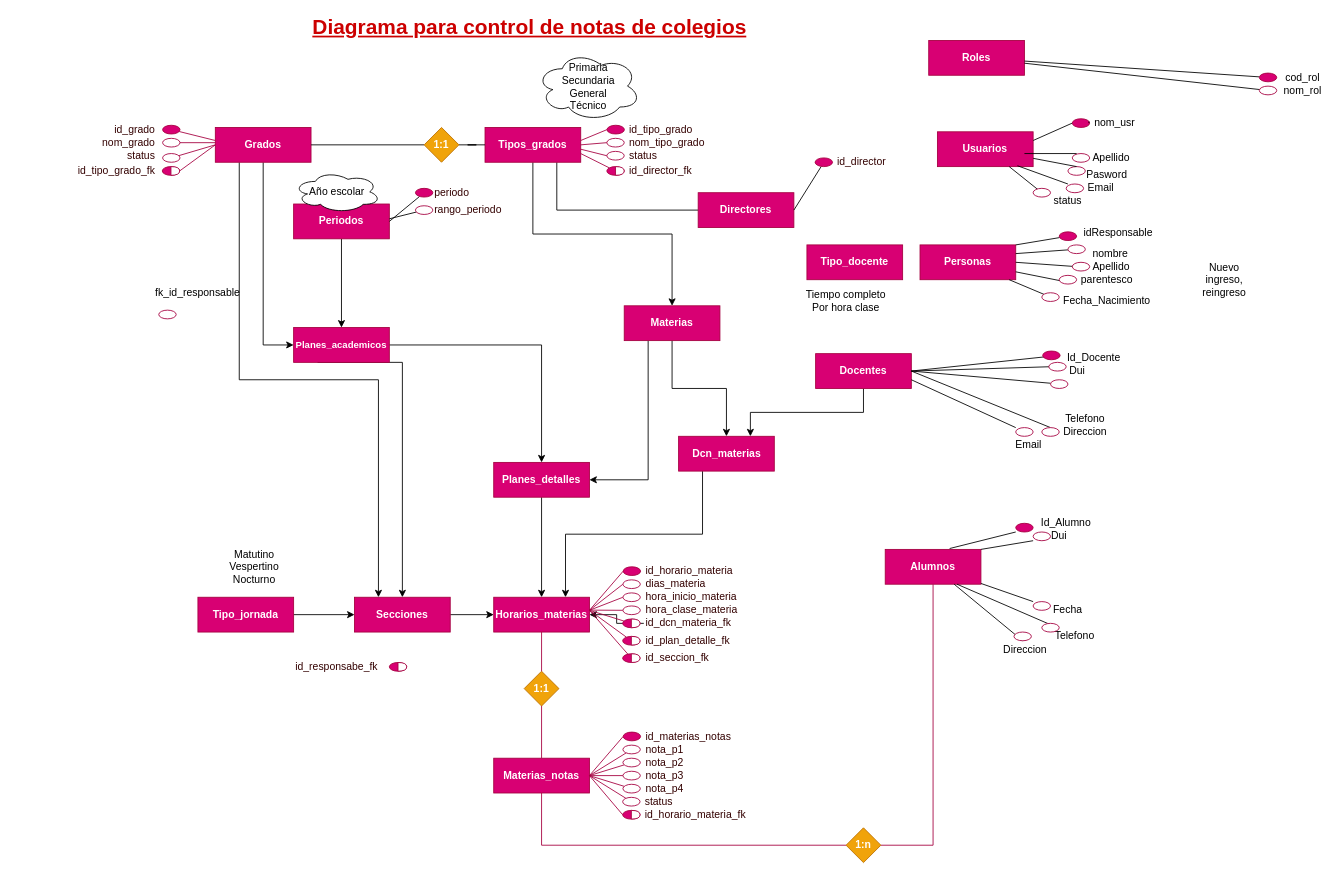
The draw.io diagram dsiw2_diagrama_notas.drawio in w-vasquez/dsiw2, before the edit. Source tidied: cells renumbered, new cells numbered last; positions are measured from the earlier drawing's top-left corner, leaving out a move shared by most shapes. Both pictures are drawn from the tidied source at 87%, with x=0, y=0 at pixel (80, 18).
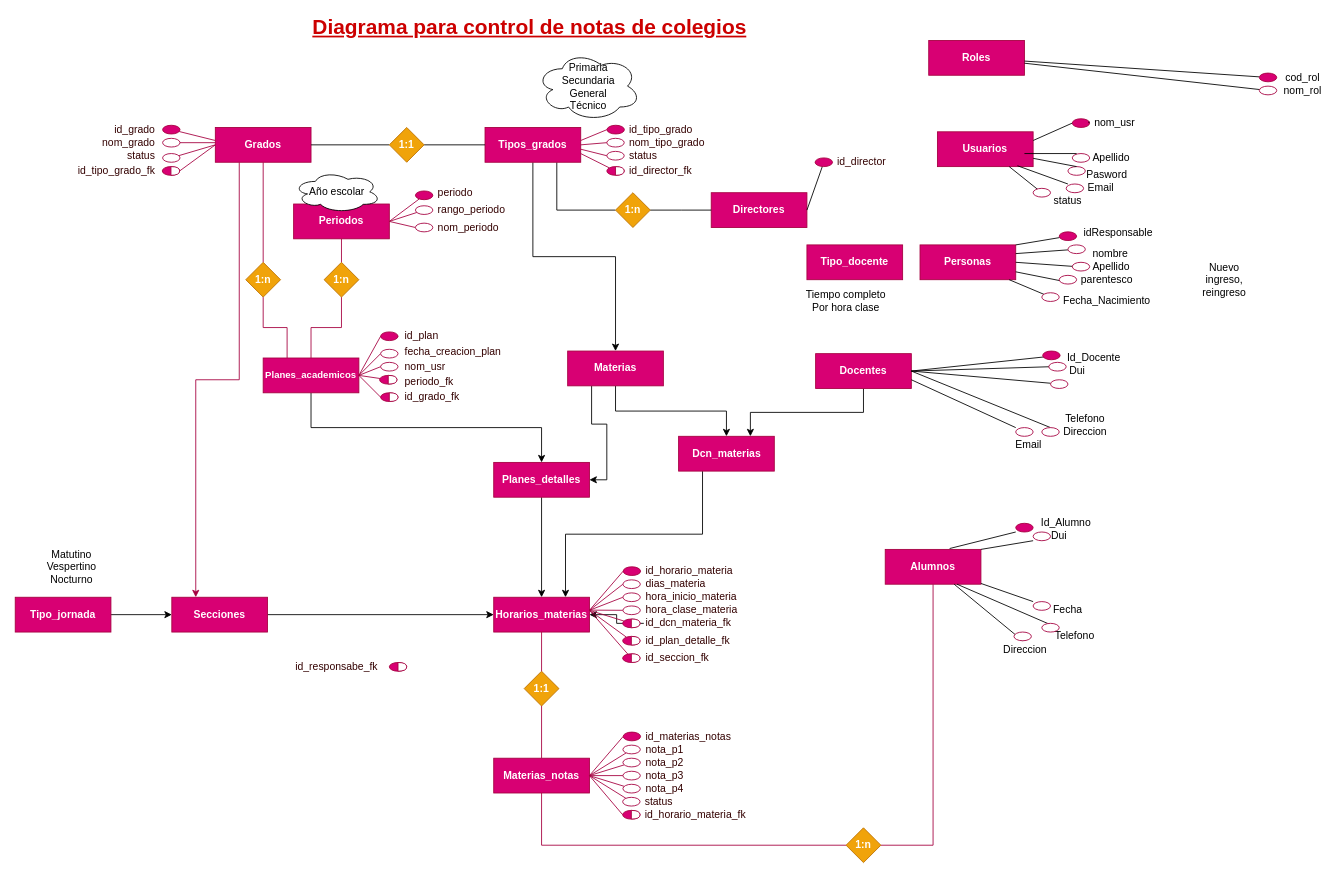
After the change.

The change refers to these unchanged cells:
```xml
<mxCell id="24" value="Periodos" style="rounded=0;whiteSpace=wrap;html=1;fillColor=#d80073;strokeColor=#A50040;fontColor=#ffffff;fontStyle=1;" parent="1" vertex="1">
  <mxGeometry x="245" y="213" width="110" height="40" as="geometry" />
</mxCell>
<mxCell id="29" value="Grados" style="rounded=0;whiteSpace=wrap;html=1;fillColor=#d80073;strokeColor=#A50040;fontColor=#ffffff;fontStyle=1;" parent="1" vertex="1">
  <mxGeometry x="155" y="125" width="110" height="40" as="geometry" />
</mxCell>
<mxCell id="31" value="Tipos_grados" style="rounded=0;whiteSpace=wrap;html=1;fillColor=#d80073;strokeColor=#A50040;fontColor=#ffffff;fontStyle=1;" parent="1" vertex="1">
  <mxGeometry x="465" y="125" width="110" height="40" as="geometry" />
</mxCell>
<mxCell id="44" value="Planes_detalles" style="rounded=0;whiteSpace=wrap;html=1;fillColor=#d80073;strokeColor=#A50040;fontColor=#ffffff;fontStyle=1;" parent="1" vertex="1">
  <mxGeometry x="475" y="510" width="110" height="40" as="geometry" />
</mxCell>
<mxCell id="218" style="ellipse;whiteSpace=wrap;html=1;strokeColor=#A50040;fontColor=#ffffff;fillColor=#FFFFFF;labelBackgroundColor=none;align=center;" parent="1" vertex="1">
  <mxGeometry x="385" y="215" width="20" height="10" as="geometry" />
</mxCell>
```

Diff of the diagram source:
```diff
@@
-    <mxCell id="14" style="edgeStyle=orthogonalEdgeStyle;rounded=0;jettySize=auto;html=1;entryX=0.75;entryY=1;entryDx=0;entryDy=0;startArrow=none;startFill=0;endArrow=none;endFill=0;fontSize=12;fontColor=#330000;" parent="1" edge="1" source="15" target="31">
+    <mxCell id="14" style="edgeStyle=orthogonalEdgeStyle;rounded=0;jettySize=auto;html=1;entryX=0.75;entryY=1;entryDx=0;entryDy=0;startArrow=none;startFill=0;endArrow=none;endFill=0;fontSize=12;fontColor=#330000;" parent="1" edge="1" source="248" target="31">
       <mxGeometry relative="1" as="geometry" />
     </mxCell>
     <mxCell id="15" value="Directores" style="rounded=0;whiteSpace=wrap;html=1;fillColor=#d80073;strokeColor=#A50040;fontColor=#ffffff;fontStyle=1;" parent="1" vertex="1">
-      <mxGeometry x="710" y="200" width="110" height="40" as="geometry" />
+      <mxGeometry x="725" y="200" width="110" height="40" as="geometry" />
     </mxCell>
@@
     <mxCell id="22" value="Materias" style="rounded=0;whiteSpace=wrap;html=1;fillColor=#d80073;strokeColor=#A50040;fontColor=#ffffff;fontStyle=1;" parent="1" vertex="1">
-      <mxGeometry x="625" y="330" width="110" height="40" as="geometry" />
+      <mxGeometry x="560" y="382" width="110" height="40" as="geometry" />
     </mxCell>
-    <mxCell id="23" style="edgeStyle=orthogonalEdgeStyle;rounded=0;jettySize=auto;html=1;exitX=0.5;exitY=1;exitDx=0;exitDy=0;entryX=0.5;entryY=0;entryDx=0;entryDy=0;fontSize=12;" parent="1" edge="1" source="24" target="42">
+    <mxCell id="23" style="edgeStyle=orthogonalEdgeStyle;rounded=0;jettySize=auto;html=1;exitX=0.5;exitY=1;exitDx=0;exitDy=0;entryX=0.5;entryY=0;entryDx=0;entryDy=0;fontSize=12;endArrow=none;endFill=0;fillColor=#d80073;strokeColor=#A50040;" parent="1" edge="1" source="24" target="224">
       <mxGeometry relative="1" as="geometry" />
     </mxCell>
+    <mxCell id="220" style="edgeStyle=none;rounded=0;jettySize=auto;html=1;entryX=0;entryY=0.5;entryDx=0;entryDy=0;startArrow=none;startFill=0;endArrow=none;endFill=0;fontSize=12;fontColor=#330000;exitX=1;exitY=0.5;exitDx=0;exitDy=0;fillColor=#d80073;strokeColor=#A50040;" parent="1" edge="1" source="24" target="221">
+      <mxGeometry relative="1" as="geometry" />
+    </mxCell>
@@
     <mxCell id="26" value="Secciones" style="rounded=0;whiteSpace=wrap;html=1;fillColor=#d80073;strokeColor=#A50040;fontColor=#ffffff;fontStyle=1;" parent="1" vertex="1">
-      <mxGeometry x="315" y="665" width="110" height="40" as="geometry" />
+      <mxGeometry x="105" y="665" width="110" height="40" as="geometry" />
     </mxCell>
-    <mxCell id="27" style="edgeStyle=orthogonalEdgeStyle;rounded=0;jettySize=auto;html=1;exitX=0.5;exitY=1;exitDx=0;exitDy=0;entryX=0;entryY=0.5;entryDx=0;entryDy=0;fontSize=12;" parent="1" edge="1" source="29" target="42">
+    <mxCell id="27" style="edgeStyle=orthogonalEdgeStyle;rounded=0;jettySize=auto;html=1;exitX=0.5;exitY=1;exitDx=0;exitDy=0;entryX=0.5;entryY=0;entryDx=0;entryDy=0;fontSize=12;endArrow=none;endFill=0;fillColor=#d80073;strokeColor=#A50040;" parent="1" edge="1" source="29" target="226">
       <mxGeometry relative="1" as="geometry" />
     </mxCell>
-    <mxCell id="28" style="edgeStyle=orthogonalEdgeStyle;rounded=0;jettySize=auto;html=1;exitX=0.25;exitY=1;exitDx=0;exitDy=0;entryX=0.25;entryY=0;entryDx=0;entryDy=0;" parent="1" edge="1" source="29" target="26">
+    <mxCell id="28" style="edgeStyle=orthogonalEdgeStyle;rounded=0;jettySize=auto;html=1;exitX=0.25;exitY=1;exitDx=0;exitDy=0;entryX=0.25;entryY=0;entryDx=0;entryDy=0;fillColor=#d80073;strokeColor=#A50040;" parent="1" edge="1" source="29" target="26">
       <mxGeometry relative="1" as="geometry" />
     </mxCell>
@@
     <mxCell id="35" value="Tipo_jornada" style="rounded=0;whiteSpace=wrap;html=1;fillColor=#d80073;strokeColor=#A50040;fontColor=#ffffff;fontStyle=1;" parent="1" vertex="1">
-      <mxGeometry x="135" y="665" width="110" height="40" as="geometry" />
+      <mxGeometry x="-75" y="665" width="110" height="40" as="geometry" />
     </mxCell>
     <mxCell id="36" value="Matutino&lt;br&gt;Vespertino&lt;br&gt;Nocturno" style="text;html=1;strokeColor=none;fillColor=none;align=center;verticalAlign=middle;whiteSpace=wrap;rounded=0;" parent="1" vertex="1">
-      <mxGeometry x="180" y="620" width="40" height="20" as="geometry" />
+      <mxGeometry x="-30" y="620" width="40" height="20" as="geometry" />
     </mxCell>
@@
-    <mxCell id="40" style="edgeStyle=orthogonalEdgeStyle;rounded=0;jettySize=auto;html=1;fontSize=12;" parent="1" edge="1" source="42" target="44">
+    <mxCell id="40" style="edgeStyle=orthogonalEdgeStyle;rounded=0;jettySize=auto;html=1;fontSize=12;exitX=0.5;exitY=1;exitDx=0;exitDy=0;" parent="1" edge="1" source="42" target="44">
       <mxGeometry relative="1" as="geometry" />
     </mxCell>
-    <mxCell id="41" style="edgeStyle=orthogonalEdgeStyle;rounded=0;jettySize=auto;html=1;exitX=0.25;exitY=1;exitDx=0;exitDy=0;entryX=0.5;entryY=0;entryDx=0;entryDy=0;" parent="1" edge="1" source="42" target="26">
-      <mxGeometry relative="1" as="geometry">
-        <Array as="points">
-          <mxPoint x="370" y="395" />
-        </Array>
-      </mxGeometry>
-    </mxCell>
     <mxCell id="42" value="Planes_academicos" style="rounded=0;whiteSpace=wrap;html=1;fillColor=#d80073;strokeColor=#A50040;fontColor=#ffffff;fontStyle=1;fontSize=11;" parent="1" vertex="1">
-      <mxGeometry x="245" y="355" width="110" height="40" as="geometry" />
+      <mxGeometry x="210" y="390" width="110" height="40" as="geometry" />
     </mxCell>
@@
-    <mxCell id="45" style="ellipse;whiteSpace=wrap;html=1;strokeColor=#A50040;fontColor=#ffffff;fillColor=#FFFFFF;" parent="1" vertex="1">
-      <mxGeometry x="90" y="335" width="20" height="10" as="geometry" />
-    </mxCell>
-    <mxCell id="46" value="fk_id_responsable" style="text;html=1;strokeColor=none;fillColor=none;align=center;verticalAlign=middle;whiteSpace=wrap;rounded=0;fontSize=12;" parent="1" vertex="1">
-      <mxGeometry x="90" y="305" width="90" height="20" as="geometry" />
-    </mxCell>
@@
     <mxCell id="182" value="1:1" style="rhombus;whiteSpace=wrap;html=1;labelBackgroundColor=none;fontSize=12;fontColor=#ffffff;align=center;fillColor=#f0a30a;strokeColor=#BD7000;fontStyle=1;" parent="1" vertex="1">
-      <mxGeometry x="395" y="125" width="40" height="40" as="geometry" />
+      <mxGeometry x="355" y="125" width="40" height="40" as="geometry" />
     </mxCell>
@@
-    <mxCell id="214" style="edgeStyle=none;rounded=0;jettySize=auto;html=1;entryX=1;entryY=0.5;entryDx=0;entryDy=0;startArrow=none;startFill=0;endArrow=none;endFill=0;fontSize=12;fontColor=#330000;" parent="1" edge="1" source="215" target="24">
+    <mxCell id="214" style="edgeStyle=none;rounded=0;jettySize=auto;html=1;entryX=1;entryY=0.5;entryDx=0;entryDy=0;startArrow=none;startFill=0;endArrow=none;endFill=0;fontSize=12;fontColor=#330000;fillColor=#d80073;strokeColor=#A50040;" parent="1" edge="1" source="215" target="24">
       <mxGeometry relative="1" as="geometry" />
     </mxCell>
     <mxCell id="215" style="ellipse;whiteSpace=wrap;html=1;strokeColor=#A50040;fontColor=#ffffff;fillColor=#d80073;labelBackgroundColor=none;align=left;verticalAlign=middle;flipV=1;flipH=1;" parent="1" vertex="1">
-      <mxGeometry x="385" y="195" width="20" height="10" as="geometry" />
+      <mxGeometry x="385" y="198" width="20" height="10" as="geometry" />
     </mxCell>
     <mxCell id="216" value="periodo" style="text;html=1;strokeColor=none;fillColor=none;align=left;verticalAlign=middle;whiteSpace=wrap;rounded=0;labelBackgroundColor=none;fontSize=12;textDirection=ltr;fontColor=#330000;" parent="1" vertex="1">
-      <mxGeometry x="405" y="190" width="87.5" height="20" as="geometry" />
+      <mxGeometry x="409" y="190" width="87.5" height="20" as="geometry" />
     </mxCell>
-    <mxCell id="217" style="edgeStyle=none;rounded=0;jettySize=auto;html=1;startArrow=none;startFill=0;endArrow=none;endFill=0;fontSize=12;fontColor=#330000;" parent="1" edge="1" source="218">
-      <mxGeometry relative="1" as="geometry">
-        <mxPoint x="355" y="230" as="targetPoint" />
-      </mxGeometry>
+    <mxCell id="217" style="edgeStyle=none;rounded=0;jettySize=auto;html=1;startArrow=none;startFill=0;endArrow=none;endFill=0;fontSize=12;fontColor=#330000;fillColor=#d80073;strokeColor=#A50040;entryX=1;entryY=0.5;entryDx=0;entryDy=0;" parent="1" edge="1" source="218" target="24">
+      <mxGeometry relative="1" as="geometry" />
     </mxCell>
@@
     <mxCell id="219" value="rango_periodo" style="text;html=1;strokeColor=none;fillColor=none;align=left;verticalAlign=middle;whiteSpace=wrap;rounded=0;labelBackgroundColor=none;fontSize=12;textDirection=ltr;fontColor=#330000;" parent="1" vertex="1">
-      <mxGeometry x="405" y="210" width="87.5" height="20" as="geometry" />
+      <mxGeometry x="409" y="210" width="87.5" height="20" as="geometry" />
     </mxCell>
+    <mxCell id="221" style="ellipse;whiteSpace=wrap;html=1;strokeColor=#A50040;fontColor=#ffffff;fillColor=#FFFFFF;labelBackgroundColor=none;align=center;" parent="1" vertex="1">
+      <mxGeometry x="385" y="235" width="20" height="10" as="geometry" />
+    </mxCell>
+    <mxCell id="222" value="nom_periodo" style="text;html=1;strokeColor=none;fillColor=none;align=left;verticalAlign=middle;whiteSpace=wrap;rounded=0;labelBackgroundColor=none;fontSize=12;textDirection=ltr;fontColor=#330000;" parent="1" vertex="1">
+      <mxGeometry x="409" y="230" width="87.5" height="20" as="geometry" />
+    </mxCell>
+    <mxCell id="223" style="edgeStyle=orthogonalEdgeStyle;rounded=0;jettySize=auto;html=1;startArrow=none;startFill=0;endArrow=none;endFill=0;fontSize=12;fontColor=#330000;exitX=0.5;exitY=1;exitDx=0;exitDy=0;fillColor=#d80073;strokeColor=#A50040;" parent="1" edge="1" source="224" target="42">
+      <mxGeometry relative="1" as="geometry" />
+    </mxCell>
+    <mxCell id="224" value="1:n" style="rhombus;whiteSpace=wrap;html=1;labelBackgroundColor=none;fontSize=12;fontColor=#ffffff;align=center;fillColor=#f0a30a;strokeColor=#BD7000;fontStyle=1;" parent="1" vertex="1">
+      <mxGeometry x="280" y="280" width="40" height="40" as="geometry" />
+    </mxCell>
+    <mxCell id="225" style="edgeStyle=orthogonalEdgeStyle;rounded=0;jettySize=auto;html=1;entryX=0.25;entryY=0;entryDx=0;entryDy=0;startArrow=none;startFill=0;endArrow=none;endFill=0;fontSize=12;fontColor=#330000;exitX=0.5;exitY=1;exitDx=0;exitDy=0;fillColor=#d80073;strokeColor=#A50040;" parent="1" edge="1" source="226" target="42">
+      <mxGeometry relative="1" as="geometry" />
+    </mxCell>
+    <mxCell id="226" value="1:n" style="rhombus;whiteSpace=wrap;html=1;labelBackgroundColor=none;fontSize=12;fontColor=#ffffff;align=center;fillColor=#f0a30a;strokeColor=#BD7000;fontStyle=1;" parent="1" vertex="1">
+      <mxGeometry x="190" y="280" width="40" height="40" as="geometry" />
+    </mxCell>
+    <mxCell id="227" style="rounded=0;jettySize=auto;html=1;entryX=1;entryY=0.5;entryDx=0;entryDy=0;startArrow=none;startFill=0;endArrow=none;endFill=0;fontSize=12;fontColor=#330000;fillColor=#d80073;strokeColor=#A50040;exitX=0;exitY=0.5;exitDx=0;exitDy=0;" parent="1" edge="1" source="228" target="42">
+      <mxGeometry relative="1" as="geometry" />
+    </mxCell>
+    <mxCell id="228" style="ellipse;whiteSpace=wrap;html=1;strokeColor=#A50040;fontColor=#ffffff;fillColor=#d80073;labelBackgroundColor=none;align=left;verticalAlign=middle;flipV=0;flipH=1;" parent="1" vertex="1">
+      <mxGeometry x="345" y="360" width="20" height="10" as="geometry" />
+    </mxCell>
+    <mxCell id="229" value="id_plan" style="text;html=1;strokeColor=none;fillColor=none;align=left;verticalAlign=middle;whiteSpace=wrap;rounded=0;labelBackgroundColor=none;fontSize=12;textDirection=ltr;fontColor=#330000;" parent="1" vertex="1">
+      <mxGeometry x="371" y="355" width="87.5" height="20" as="geometry" />
+    </mxCell>
+    <mxCell id="230" style="edgeStyle=none;rounded=0;jettySize=auto;html=1;exitX=0;exitY=0.5;exitDx=0;exitDy=0;entryX=1;entryY=0.5;entryDx=0;entryDy=0;startArrow=none;startFill=0;endArrow=none;endFill=0;fontSize=12;fontColor=#330000;fillColor=#d80073;strokeColor=#A50040;" parent="1" edge="1" source="231" target="42">
+      <mxGeometry relative="1" as="geometry" />
+    </mxCell>
+    <mxCell id="231" style="ellipse;whiteSpace=wrap;html=1;strokeColor=#A50040;fontColor=#ffffff;fillColor=#FFFFFF;labelBackgroundColor=none;align=center;flipV=0;" parent="1" vertex="1">
+      <mxGeometry x="345" y="380" width="20" height="10" as="geometry" />
+    </mxCell>
+    <mxCell id="232" value="fecha_creacion_plan" style="text;html=1;strokeColor=none;fillColor=none;align=left;verticalAlign=middle;whiteSpace=wrap;rounded=0;labelBackgroundColor=none;fontSize=12;textDirection=ltr;fontColor=#330000;" parent="1" vertex="1">
+      <mxGeometry x="371" y="373" width="87.5" height="20" as="geometry" />
+    </mxCell>
+    <mxCell id="233" style="edgeStyle=none;rounded=0;jettySize=auto;html=1;entryX=1;entryY=0.5;entryDx=0;entryDy=0;startArrow=none;startFill=0;endArrow=none;endFill=0;fontSize=12;fontColor=#330000;fillColor=#d80073;strokeColor=#A50040;exitX=0;exitY=0.5;exitDx=0;exitDy=0;" parent="1" edge="1" source="234" target="42">
+      <mxGeometry relative="1" as="geometry" />
+    </mxCell>
+    <mxCell id="234" style="ellipse;whiteSpace=wrap;html=1;strokeColor=#A50040;fontColor=#ffffff;fillColor=#FFFFFF;labelBackgroundColor=none;align=center;flipV=0;" parent="1" vertex="1">
+      <mxGeometry x="345" y="395" width="20" height="10" as="geometry" />
+    </mxCell>
+    <mxCell id="235" value="nom_usr" style="text;html=1;strokeColor=none;fillColor=none;align=left;verticalAlign=middle;whiteSpace=wrap;rounded=0;labelBackgroundColor=none;fontSize=12;textDirection=ltr;fontColor=#330000;" parent="1" vertex="1">
+      <mxGeometry x="371" y="390" width="87.5" height="20" as="geometry" />
+    </mxCell>
+    <mxCell id="236" value="periodo_fk" style="text;html=1;strokeColor=none;fillColor=none;align=left;verticalAlign=middle;whiteSpace=wrap;rounded=0;labelBackgroundColor=none;fontSize=12;textDirection=ltr;fontColor=#330000;" parent="1" vertex="1">
+      <mxGeometry x="371" y="408" width="87.5" height="20" as="geometry" />
+    </mxCell>
+    <mxCell id="237" value="id_grado_fk" style="text;html=1;strokeColor=none;fillColor=none;align=left;verticalAlign=middle;whiteSpace=wrap;rounded=0;labelBackgroundColor=none;fontSize=12;textDirection=ltr;fontColor=#330000;" parent="1" vertex="1">
+      <mxGeometry x="371" y="425" width="87.5" height="20" as="geometry" />
+    </mxCell>
+    <mxCell id="238" style="group;labelBackgroundColor=none;fontSize=12;fontColor=#330000;align=center;flipV=0;" parent="1" vertex="1">
+      <mxGeometry x="343.8" y="410" width="20" height="10" as="geometry" />
+    </mxCell>
+    <mxCell id="239" style="group;flipV=0;" parent="238" vertex="1">
+      <mxGeometry width="20" height="10" as="geometry" />
+    </mxCell>
+    <mxCell id="240" style="ellipse;whiteSpace=wrap;html=1;fillColor=#d80073;gradientDirection=east;strokeColor=#A50040;fontColor=#ffffff;flipV=0;" parent="239" vertex="1">
+      <mxGeometry width="20" height="10" as="geometry" />
+    </mxCell>
+    <mxCell id="241" style="shape=or;whiteSpace=wrap;html=1;strokeColor=#A50040;fontColor=#ffffff;fillColor=#FFFFFF;flipV=0;" parent="239" vertex="1">
+      <mxGeometry x="10" width="10" height="10" as="geometry" />
+    </mxCell>
+    <mxCell id="242" style="group;labelBackgroundColor=none;fontSize=12;fontColor=#330000;align=center;flipV=0;" parent="1" vertex="1">
+      <mxGeometry x="345" y="430" width="20" height="10" as="geometry" />
+    </mxCell>
+    <mxCell id="243" style="group;flipV=0;" parent="242" vertex="1">
+      <mxGeometry width="20" height="10" as="geometry" />
+    </mxCell>
+    <mxCell id="244" style="ellipse;whiteSpace=wrap;html=1;fillColor=#d80073;gradientDirection=east;strokeColor=#A50040;fontColor=#ffffff;flipV=0;" parent="243" vertex="1">
+      <mxGeometry width="20" height="10" as="geometry" />
+    </mxCell>
+    <mxCell id="245" style="shape=or;whiteSpace=wrap;html=1;strokeColor=#A50040;fontColor=#ffffff;fillColor=#FFFFFF;flipV=0;" parent="243" vertex="1">
+      <mxGeometry x="10" width="10" height="10" as="geometry" />
+    </mxCell>
+    <mxCell id="246" style="edgeStyle=none;rounded=0;jettySize=auto;html=1;entryX=1;entryY=0.5;entryDx=0;entryDy=0;startArrow=none;startFill=0;endArrow=none;endFill=0;fontSize=12;fontColor=#330000;fillColor=#d80073;strokeColor=#A50040;" parent="1" edge="1" source="240" target="42">
+      <mxGeometry relative="1" as="geometry" />
+    </mxCell>
+    <mxCell id="247" style="edgeStyle=none;rounded=0;jettySize=auto;html=1;entryX=1;entryY=0.5;entryDx=0;entryDy=0;startArrow=none;startFill=0;endArrow=none;endFill=0;fontSize=12;fontColor=#330000;fillColor=#d80073;strokeColor=#A50040;exitX=0;exitY=0.5;exitDx=0;exitDy=0;" parent="1" edge="1" source="244" target="42">
+      <mxGeometry relative="1" as="geometry" />
+    </mxCell>
+    <mxCell id="248" value="1:n" style="rhombus;whiteSpace=wrap;html=1;labelBackgroundColor=none;fontSize=12;fontColor=#ffffff;align=center;fillColor=#f0a30a;strokeColor=#BD7000;fontStyle=1;" parent="1" vertex="1">
+      <mxGeometry x="615" y="200" width="40" height="40" as="geometry" />
+    </mxCell>
+    <mxCell id="249" style="edgeStyle=orthogonalEdgeStyle;rounded=0;jettySize=auto;html=1;startArrow=none;startFill=0;endArrow=none;endFill=0;fontSize=12;fontColor=#330000;" parent="1" edge="1" source="15">
+      <mxGeometry relative="1" as="geometry">
+        <mxPoint x="655" y="220" as="targetPoint" />
+      </mxGeometry>
+    </mxCell>
```
